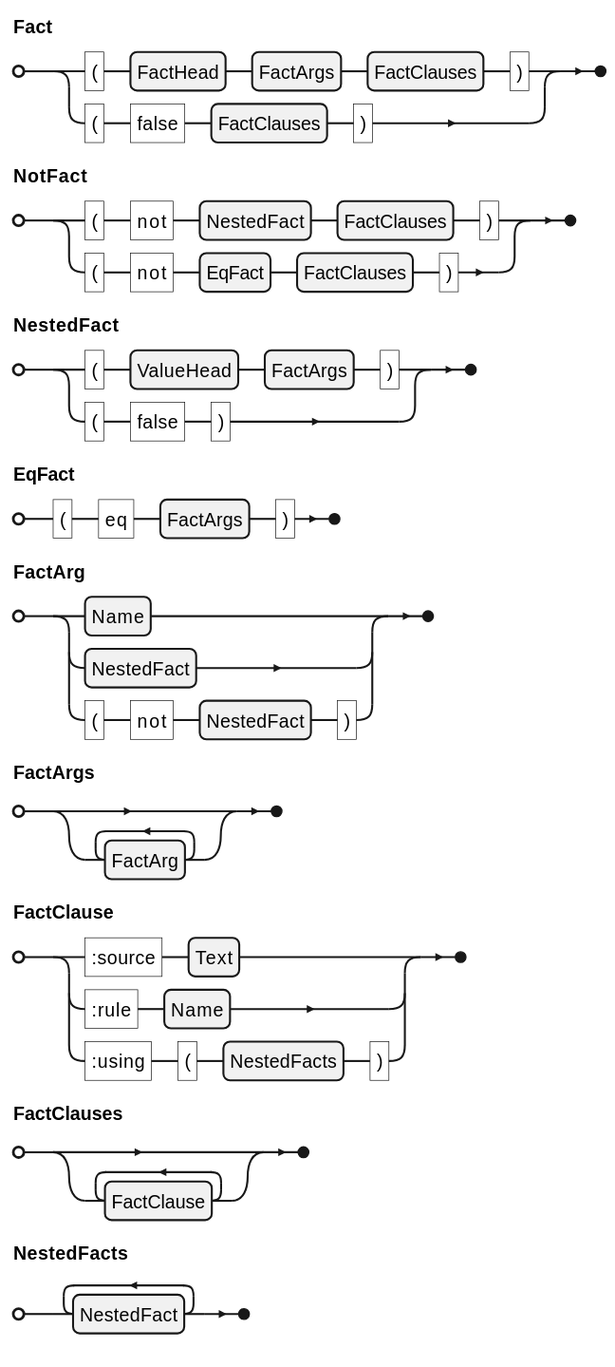
Earlier version of the PlantUML export docs/ein/user/04-reference/diagrams/01-grammar-phrase-fact.svg (agutikov/ein). Its source is kept beside it as docs/ein/user/04-reference/diagrams/01-grammar-phrase-fact.puml.
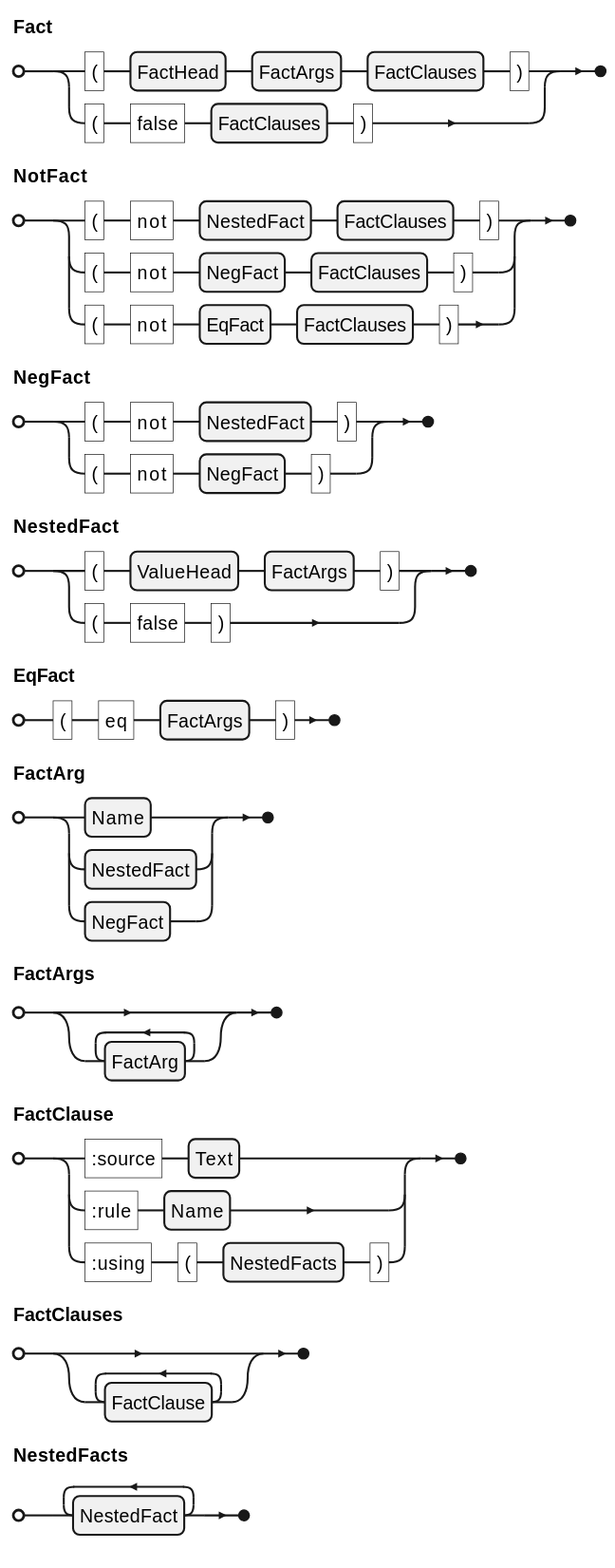
The same file after the commit.

Diff of the diagram source:
```diff
@@ -1,9 +1,13 @@
 @startebnf
 Fact = "(" , FactHead , FactArgs , FactClauses , ")" | "(" , "false" , FactClauses , ")" ;
-NotFact = "(" , "not" , NestedFact , FactClauses , ")" | "(" , "not" , EqFact , FactClauses , ")" ;
+NotFact =
+    "(" , "not" , NestedFact , FactClauses , ")"
+  | "(" , "not" , NegFact , FactClauses , ")"
+  | "(" , "not" , EqFact , FactClauses , ")" ;
+NegFact = "(" , "not" , NestedFact , ")" | "(" , "not" , NegFact , ")" ;
 NestedFact = "(" , ValueHead , FactArgs , ")" | "(" , "false" , ")" ;
 EqFact = "(" , "eq" , FactArgs , ")" ;
-FactArg = Name | NestedFact | "(" , "not" , NestedFact , ")" ;
+FactArg = Name | NestedFact | NegFact ;
 FactArgs = { FactArg } ;
 FactClause = ":source" , Text | ":rule" , Name | ":using" , "(" , NestedFacts , ")" ;
 FactClauses = { FactClause } ;
```
